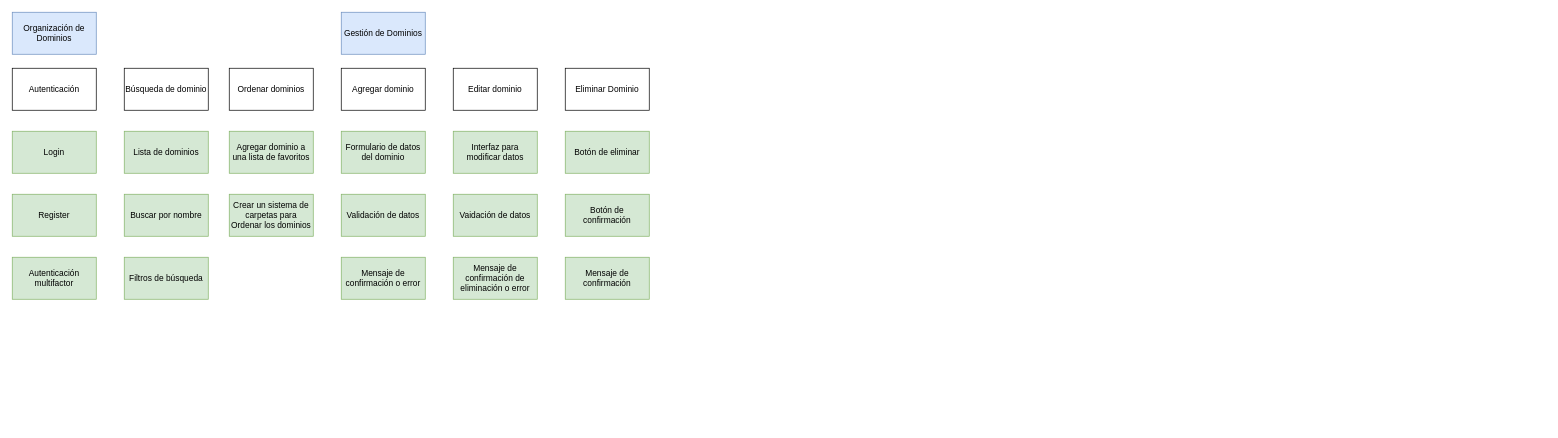
The draw.io diagram Diagrama sin título.drawio in luccasniccolas177/miweb, before the edit. Source tidied: cells renumbered, new cells numbered last; positions are measured from the earlier drawing's top-left corner, leaving out a move shared by most shapes. Both pictures are drawn from the tidied source at 70%, with x=0, y=0 at pixel (12, 12).
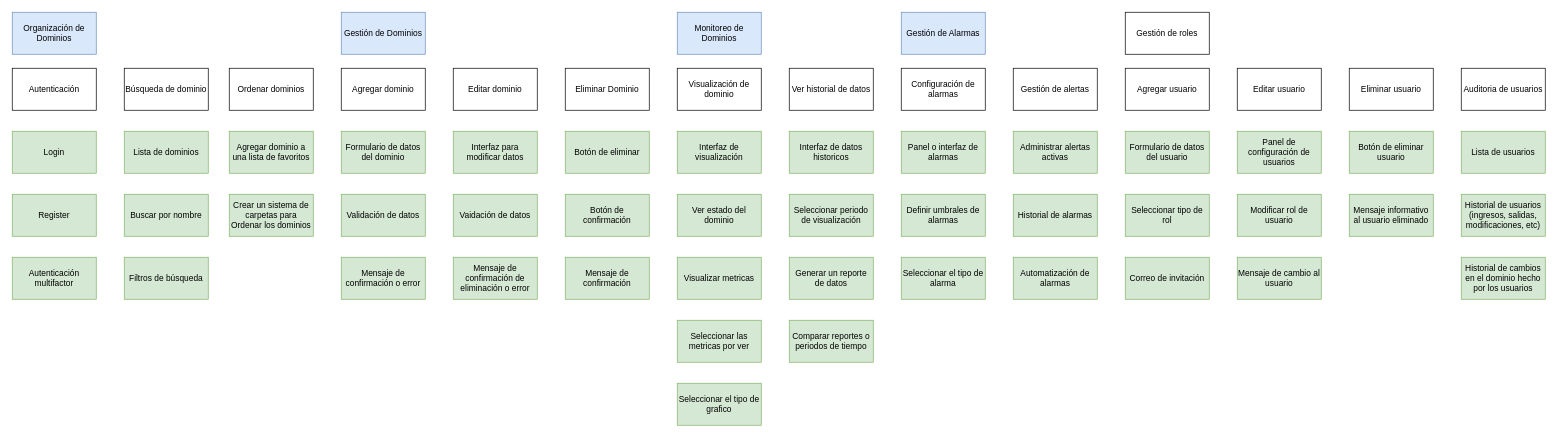
The same page after the edit.

Diff of the diagram source:
```diff
@@
+    <mxCell id="27" value="Monitoreo de Dominios" style="rounded=0;whiteSpace=wrap;html=1;fillColor=#dae8fc;strokeColor=#6c8ebf;" parent="1" vertex="1">
+      <mxGeometry x="950" width="120" height="60" as="geometry" />
+    </mxCell>
+    <mxCell id="28" value="Visualización de dominio" style="rounded=0;whiteSpace=wrap;html=1;" parent="1" vertex="1">
+      <mxGeometry x="950" y="80" width="120" height="60" as="geometry" />
+    </mxCell>
+    <mxCell id="29" value="Interfaz de visualización" style="rounded=0;whiteSpace=wrap;html=1;fillColor=#d5e8d4;strokeColor=#82b366;" parent="1" vertex="1">
+      <mxGeometry x="950" y="170" width="120" height="60" as="geometry" />
+    </mxCell>
+    <mxCell id="30" value="Ver estado del dominio" style="rounded=0;whiteSpace=wrap;html=1;fillColor=#d5e8d4;strokeColor=#82b366;" parent="1" vertex="1">
+      <mxGeometry x="950" y="260" width="120" height="60" as="geometry" />
+    </mxCell>
+    <mxCell id="31" value="Visualizar metricas" style="rounded=0;whiteSpace=wrap;html=1;fillColor=#d5e8d4;strokeColor=#82b366;" parent="1" vertex="1">
+      <mxGeometry x="950" y="350" width="120" height="60" as="geometry" />
+    </mxCell>
+    <mxCell id="32" value="Seleccionar las metricas por ver" style="rounded=0;whiteSpace=wrap;html=1;fillColor=#d5e8d4;strokeColor=#82b366;" parent="1" vertex="1">
+      <mxGeometry x="950" y="440" width="120" height="60" as="geometry" />
+    </mxCell>
+    <mxCell id="33" value="Seleccionar el tipo de grafico" style="rounded=0;whiteSpace=wrap;html=1;fillColor=#d5e8d4;strokeColor=#82b366;" parent="1" vertex="1">
+      <mxGeometry x="950" y="530" width="120" height="60" as="geometry" />
+    </mxCell>
+    <mxCell id="34" value="Ver historial de datos" style="rounded=0;whiteSpace=wrap;html=1;" parent="1" vertex="1">
+      <mxGeometry x="1110" y="80" width="120" height="60" as="geometry" />
+    </mxCell>
+    <mxCell id="35" value="Interfaz de datos historicos" style="rounded=0;whiteSpace=wrap;html=1;fillColor=#d5e8d4;strokeColor=#82b366;" parent="1" vertex="1">
+      <mxGeometry x="1110" y="170" width="120" height="60" as="geometry" />
+    </mxCell>
+    <mxCell id="36" value="Seleccionar periodo de visualización" style="rounded=0;whiteSpace=wrap;html=1;fillColor=#d5e8d4;strokeColor=#82b366;" parent="1" vertex="1">
+      <mxGeometry x="1110" y="260" width="120" height="60" as="geometry" />
+    </mxCell>
+    <mxCell id="37" value="Generar un reporte de datos" style="rounded=0;whiteSpace=wrap;html=1;fillColor=#d5e8d4;strokeColor=#82b366;" parent="1" vertex="1">
+      <mxGeometry x="1110" y="350" width="120" height="60" as="geometry" />
+    </mxCell>
+    <mxCell id="38" value="Comparar reportes o periodos de tiempo" style="rounded=0;whiteSpace=wrap;html=1;fillColor=#d5e8d4;strokeColor=#82b366;" parent="1" vertex="1">
+      <mxGeometry x="1110" y="440" width="120" height="60" as="geometry" />
+    </mxCell>
+    <mxCell id="39" value="Gestión de Alarmas" style="rounded=0;whiteSpace=wrap;html=1;fillColor=#dae8fc;strokeColor=#6c8ebf;" parent="1" vertex="1">
+      <mxGeometry x="1270" width="120" height="60" as="geometry" />
+    </mxCell>
+    <mxCell id="40" value="Configuración de alarmas" style="rounded=0;whiteSpace=wrap;html=1;" parent="1" vertex="1">
+      <mxGeometry x="1270" y="80" width="120" height="60" as="geometry" />
+    </mxCell>
+    <mxCell id="41" value="Panel o interfaz de alarmas" style="rounded=0;whiteSpace=wrap;html=1;fillColor=#d5e8d4;strokeColor=#82b366;" parent="1" vertex="1">
+      <mxGeometry x="1270" y="170" width="120" height="60" as="geometry" />
+    </mxCell>
+    <mxCell id="42" value="Definir umbrales de alarmas" style="rounded=0;whiteSpace=wrap;html=1;fillColor=#d5e8d4;strokeColor=#82b366;" parent="1" vertex="1">
+      <mxGeometry x="1270" y="260" width="120" height="60" as="geometry" />
+    </mxCell>
+    <mxCell id="43" value="Seleccionar el tipo de alarma" style="rounded=0;whiteSpace=wrap;html=1;fillColor=#d5e8d4;strokeColor=#82b366;" parent="1" vertex="1">
+      <mxGeometry x="1270" y="350" width="120" height="60" as="geometry" />
+    </mxCell>
+    <mxCell id="44" value="Gestión de alertas" style="rounded=0;whiteSpace=wrap;html=1;" parent="1" vertex="1">
+      <mxGeometry x="1430" y="80" width="120" height="60" as="geometry" />
+    </mxCell>
+    <mxCell id="45" value="Administrar alertas activas" style="rounded=0;whiteSpace=wrap;html=1;fillColor=#d5e8d4;strokeColor=#82b366;" parent="1" vertex="1">
+      <mxGeometry x="1430" y="170" width="120" height="60" as="geometry" />
+    </mxCell>
+    <mxCell id="46" value="Historial de alarmas" style="rounded=0;whiteSpace=wrap;html=1;fillColor=#d5e8d4;strokeColor=#82b366;" parent="1" vertex="1">
+      <mxGeometry x="1430" y="260" width="120" height="60" as="geometry" />
+    </mxCell>
+    <mxCell id="47" value="Automatización de alarmas" style="rounded=0;whiteSpace=wrap;html=1;fillColor=#d5e8d4;strokeColor=#82b366;" parent="1" vertex="1">
+      <mxGeometry x="1430" y="350" width="120" height="60" as="geometry" />
+    </mxCell>
+    <mxCell id="48" value="Gestión de roles" style="rounded=0;whiteSpace=wrap;html=1;" parent="1" vertex="1">
+      <mxGeometry x="1590" width="120" height="60" as="geometry" />
+    </mxCell>
+    <mxCell id="49" value="Agregar usuario" style="rounded=0;whiteSpace=wrap;html=1;" parent="1" vertex="1">
+      <mxGeometry x="1590" y="80" width="120" height="60" as="geometry" />
+    </mxCell>
+    <mxCell id="50" value="Formulario de datos del usuario" style="rounded=0;whiteSpace=wrap;html=1;fillColor=#d5e8d4;strokeColor=#82b366;" parent="1" vertex="1">
+      <mxGeometry x="1590" y="170" width="120" height="60" as="geometry" />
+    </mxCell>
+    <mxCell id="51" value="Seleccionar tipo de rol" style="rounded=0;whiteSpace=wrap;html=1;fillColor=#d5e8d4;strokeColor=#82b366;" parent="1" vertex="1">
+      <mxGeometry x="1590" y="260" width="120" height="60" as="geometry" />
+    </mxCell>
+    <mxCell id="52" value="Correo de invitación" style="rounded=0;whiteSpace=wrap;html=1;fillColor=#d5e8d4;strokeColor=#82b366;" parent="1" vertex="1">
+      <mxGeometry x="1590" y="350" width="120" height="60" as="geometry" />
+    </mxCell>
+    <mxCell id="53" value="Editar usuario" style="rounded=0;whiteSpace=wrap;html=1;" parent="1" vertex="1">
+      <mxGeometry x="1750" y="80" width="120" height="60" as="geometry" />
+    </mxCell>
+    <mxCell id="54" value="Modificar rol de usuario" style="rounded=0;whiteSpace=wrap;html=1;fillColor=#d5e8d4;strokeColor=#82b366;" parent="1" vertex="1">
+      <mxGeometry x="1750" y="260" width="120" height="60" as="geometry" />
+    </mxCell>
+    <mxCell id="55" value="Panel de configuración de usuarios" style="rounded=0;whiteSpace=wrap;html=1;fillColor=#d5e8d4;strokeColor=#82b366;" parent="1" vertex="1">
+      <mxGeometry x="1750" y="170" width="120" height="60" as="geometry" />
+    </mxCell>
+    <mxCell id="56" value="Mensaje de cambio al usuario" style="rounded=0;whiteSpace=wrap;html=1;fillColor=#d5e8d4;strokeColor=#82b366;" parent="1" vertex="1">
+      <mxGeometry x="1750" y="350" width="120" height="60" as="geometry" />
+    </mxCell>
+    <mxCell id="57" value="Eliminar usuario" style="rounded=0;whiteSpace=wrap;html=1;" parent="1" vertex="1">
+      <mxGeometry x="1910" y="80" width="120" height="60" as="geometry" />
+    </mxCell>
+    <mxCell id="58" value="Botón de eliminar usuario" style="rounded=0;whiteSpace=wrap;html=1;fillColor=#d5e8d4;strokeColor=#82b366;" parent="1" vertex="1">
+      <mxGeometry x="1910" y="170" width="120" height="60" as="geometry" />
+    </mxCell>
+    <mxCell id="59" value="Mensaje informativo al usuario eliminado" style="rounded=0;whiteSpace=wrap;html=1;fillColor=#d5e8d4;strokeColor=#82b366;" parent="1" vertex="1">
+      <mxGeometry x="1910" y="260" width="120" height="60" as="geometry" />
+    </mxCell>
+    <mxCell id="60" value="Auditoria de usuarios" style="rounded=0;whiteSpace=wrap;html=1;" parent="1" vertex="1">
+      <mxGeometry x="2070" y="80" width="120" height="60" as="geometry" />
+    </mxCell>
+    <mxCell id="61" value="Lista de usuarios" style="rounded=0;whiteSpace=wrap;html=1;fillColor=#d5e8d4;strokeColor=#82b366;" parent="1" vertex="1">
+      <mxGeometry x="2070" y="170" width="120" height="60" as="geometry" />
+    </mxCell>
+    <mxCell id="62" value="Historial de usuarios (ingresos, salidas, modificaciones, etc)" style="rounded=0;whiteSpace=wrap;html=1;fillColor=#d5e8d4;strokeColor=#82b366;" parent="1" vertex="1">
+      <mxGeometry x="2070" y="260" width="120" height="60" as="geometry" />
+    </mxCell>
+    <mxCell id="63" value="Historial de cambios en el dominio hecho por los usuarios" style="rounded=0;whiteSpace=wrap;html=1;fillColor=#d5e8d4;strokeColor=#82b366;" parent="1" vertex="1">
+      <mxGeometry x="2070" y="350" width="120" height="60" as="geometry" />
+    </mxCell>
```
